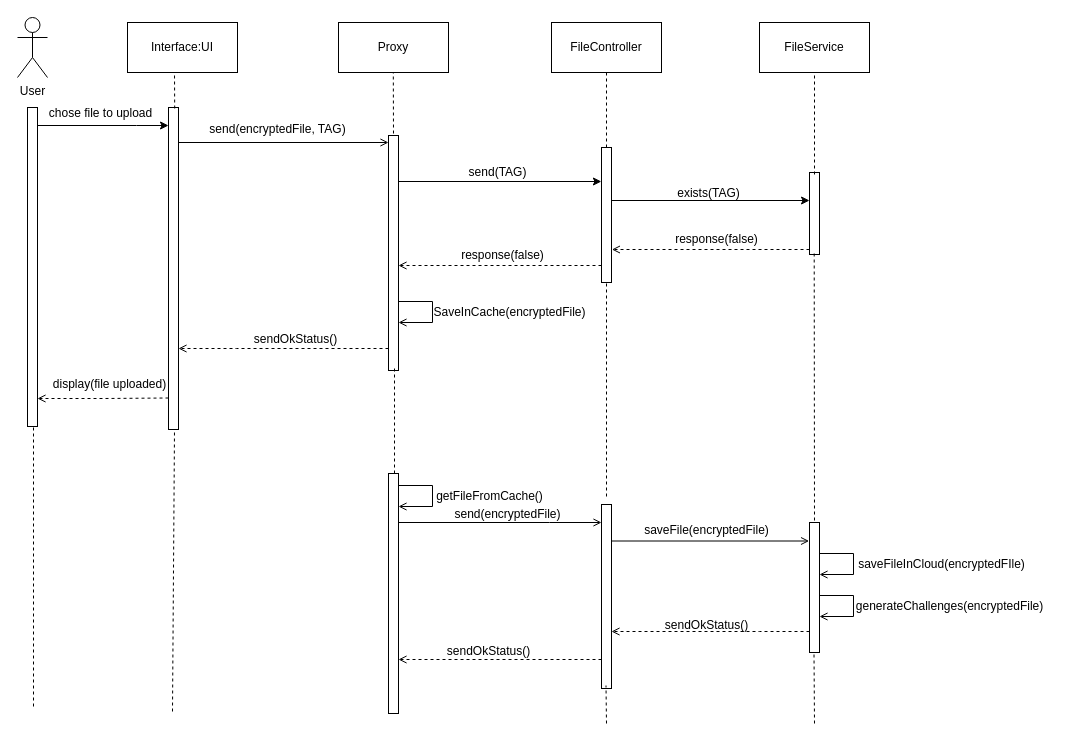
Earlier version of the draw.io diagram sd_fisier_nu_exista.drawio (jipi2/SecureDataDeduplication). Source tidied: cells renumbered, new cells numbered last; positions are measured from the earlier drawing's top-left corner, leaving out a move shared by most shapes. Both pictures are drawn from the tidied source at 100%, with x=0, y=0 at pixel (17, 17).
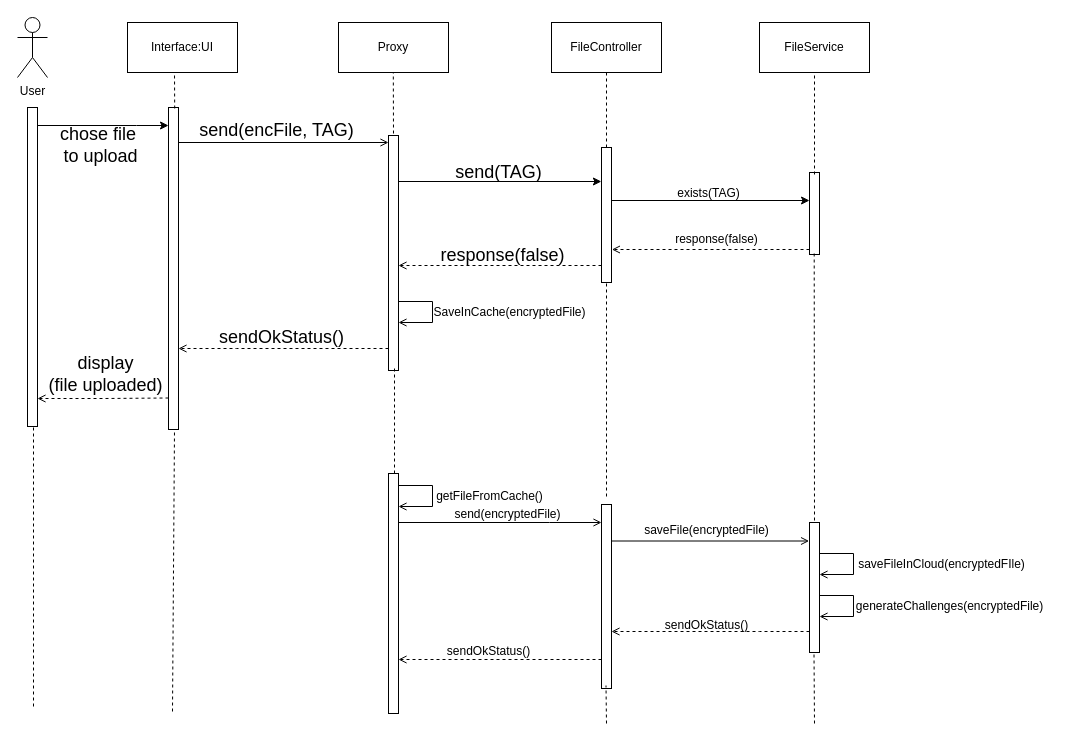
Above is the later version.

The edit, as a diff of the source:
```diff
@@
-    <mxCell id="12" value="chose file to upload" style="text;html=1;align=center;verticalAlign=middle;strokeColor=none;fillColor=none;" parent="1" vertex="1">
-      <mxGeometry x="22" y="83" width="121" height="26" as="geometry" />
+    <mxCell id="12" value="&lt;font style=&quot;font-size: 18px;&quot;&gt;chose file&amp;nbsp;&lt;/font&gt;&lt;div&gt;&lt;font style=&quot;font-size: 18px;&quot;&gt;to upload&lt;/font&gt;&lt;/div&gt;" style="text;html=1;align=center;verticalAlign=middle;strokeColor=none;fillColor=none;" parent="1" vertex="1">
+      <mxGeometry x="33" y="100" width="99" height="55" as="geometry" />
     </mxCell>
@@
-    <mxCell id="15" value="send(encryptedFile, TAG)" style="text;html=1;align=center;verticalAlign=middle;strokeColor=none;fillColor=none;" parent="1" vertex="1">
-      <mxGeometry x="183" y="99" width="154" height="26" as="geometry" />
+    <mxCell id="15" value="&lt;font style=&quot;font-size: 18px;&quot;&gt;send(encFile, TAG)&lt;/font&gt;" style="text;html=1;align=center;verticalAlign=middle;strokeColor=none;fillColor=none;" parent="1" vertex="1">
+      <mxGeometry x="173" y="96" width="172" height="34" as="geometry" />
     </mxCell>
@@
-    <mxCell id="20" value="send(TAG)" style="text;html=1;align=center;verticalAlign=middle;strokeColor=none;fillColor=none;" parent="1" vertex="1">
-      <mxGeometry x="442" y="142" width="76" height="26" as="geometry" />
+    <mxCell id="20" value="&lt;font style=&quot;font-size: 18px;&quot;&gt;send(TAG)&lt;/font&gt;" style="text;html=1;align=center;verticalAlign=middle;strokeColor=none;fillColor=none;" parent="1" vertex="1">
+      <mxGeometry x="428" y="138" width="105" height="34" as="geometry" />
     </mxCell>
@@
-    <mxCell id="25" value="response(false)" style="text;html=1;align=center;verticalAlign=middle;strokeColor=none;fillColor=none;" parent="1" vertex="1">
-      <mxGeometry x="434" y="225" width="101" height="26" as="geometry" />
+    <mxCell id="25" value="&lt;font style=&quot;font-size: 18px;&quot;&gt;response(false)&lt;/font&gt;" style="text;html=1;align=center;verticalAlign=middle;strokeColor=none;fillColor=none;" parent="1" vertex="1">
+      <mxGeometry x="414" y="221" width="142" height="34" as="geometry" />
     </mxCell>
@@
-    <mxCell id="35" value="sendOkStatus()" style="text;html=1;align=center;verticalAlign=middle;strokeColor=none;fillColor=none;" parent="1" vertex="1">
-      <mxGeometry x="227" y="309" width="101" height="26" as="geometry" />
+    <mxCell id="35" value="&lt;font style=&quot;font-size: 18px;&quot;&gt;sendOkStatus()&lt;/font&gt;" style="text;html=1;align=center;verticalAlign=middle;strokeColor=none;fillColor=none;" parent="1" vertex="1">
+      <mxGeometry x="192" y="303" width="143" height="34" as="geometry" />
     </mxCell>
-    <mxCell id="36" value="display(file uploaded)" style="text;html=1;align=center;verticalAlign=middle;strokeColor=none;fillColor=none;" parent="1" vertex="1">
-      <mxGeometry x="26" y="354" width="131" height="26" as="geometry" />
+    <mxCell id="36" value="&lt;font style=&quot;font-size: 18px;&quot;&gt;display&lt;/font&gt;&lt;div&gt;&lt;font style=&quot;font-size: 18px;&quot;&gt;(file uploaded)&lt;/font&gt;&lt;/div&gt;" style="text;html=1;align=center;verticalAlign=middle;strokeColor=none;fillColor=none;" parent="1" vertex="1">
+      <mxGeometry x="22" y="329" width="132" height="55" as="geometry" />
     </mxCell>
```
